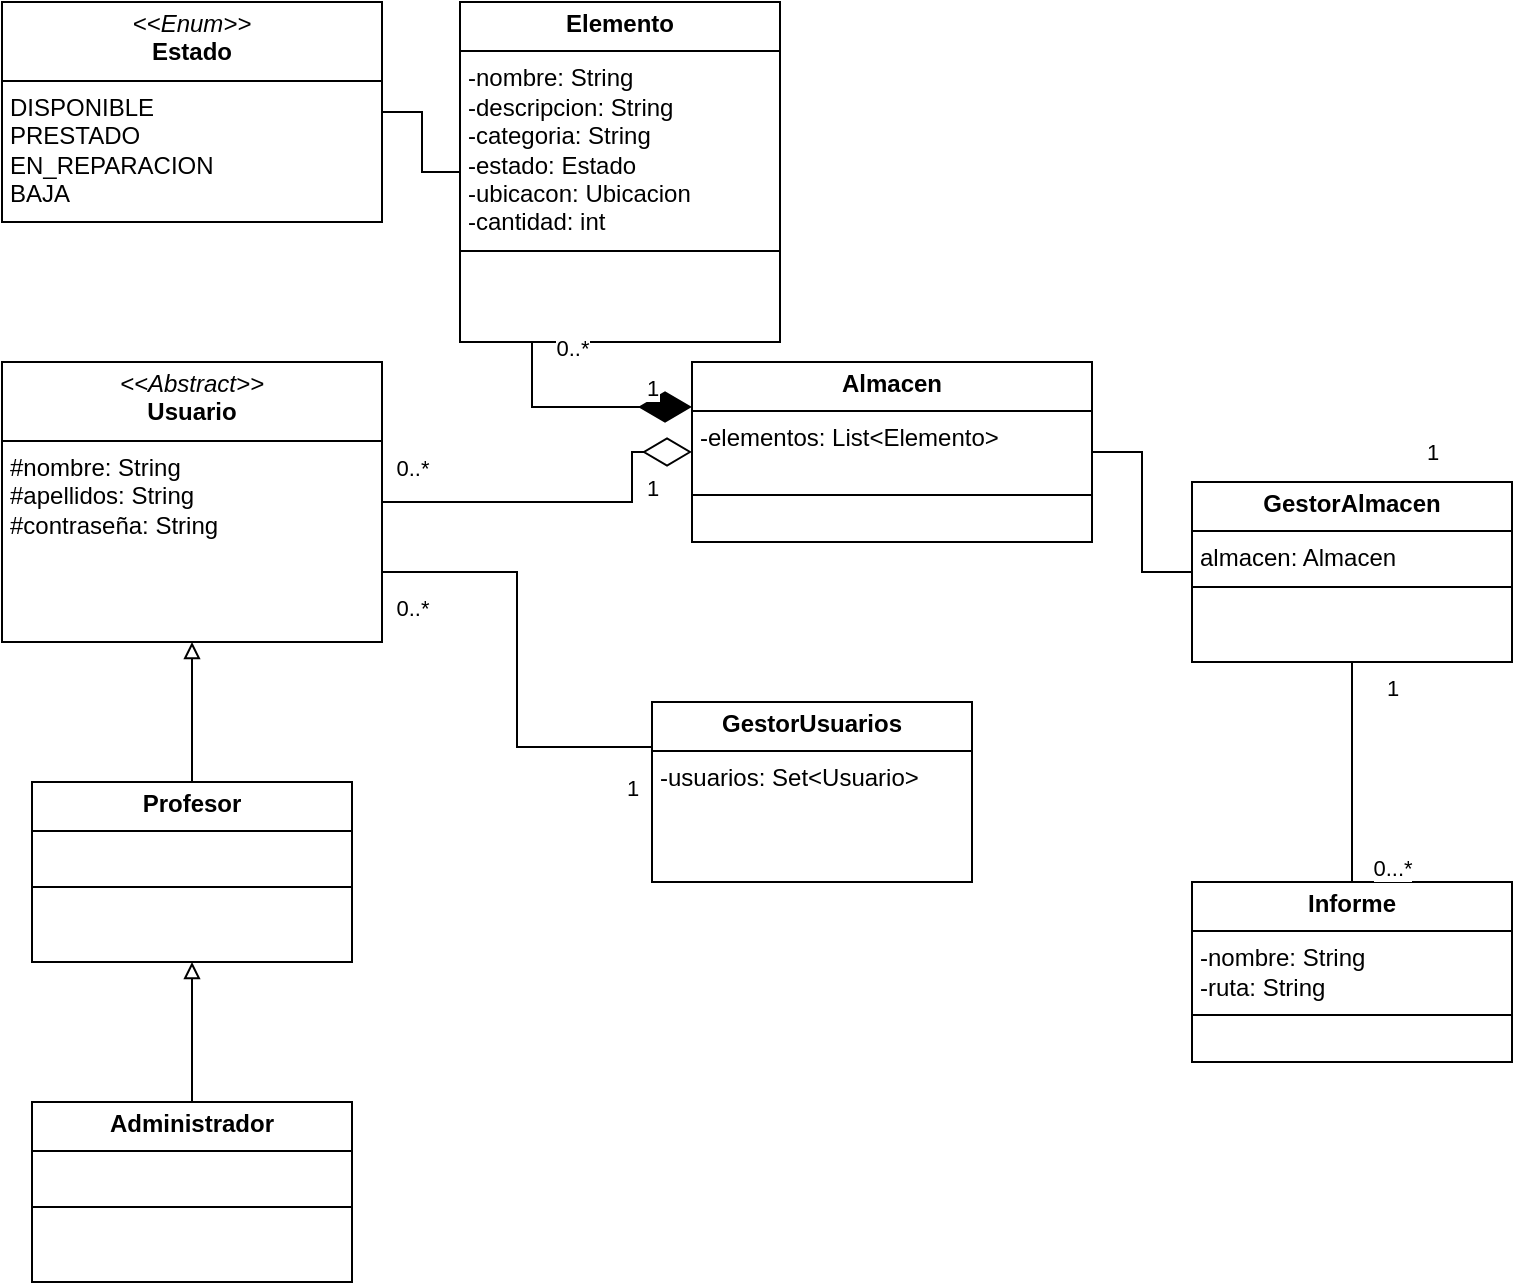
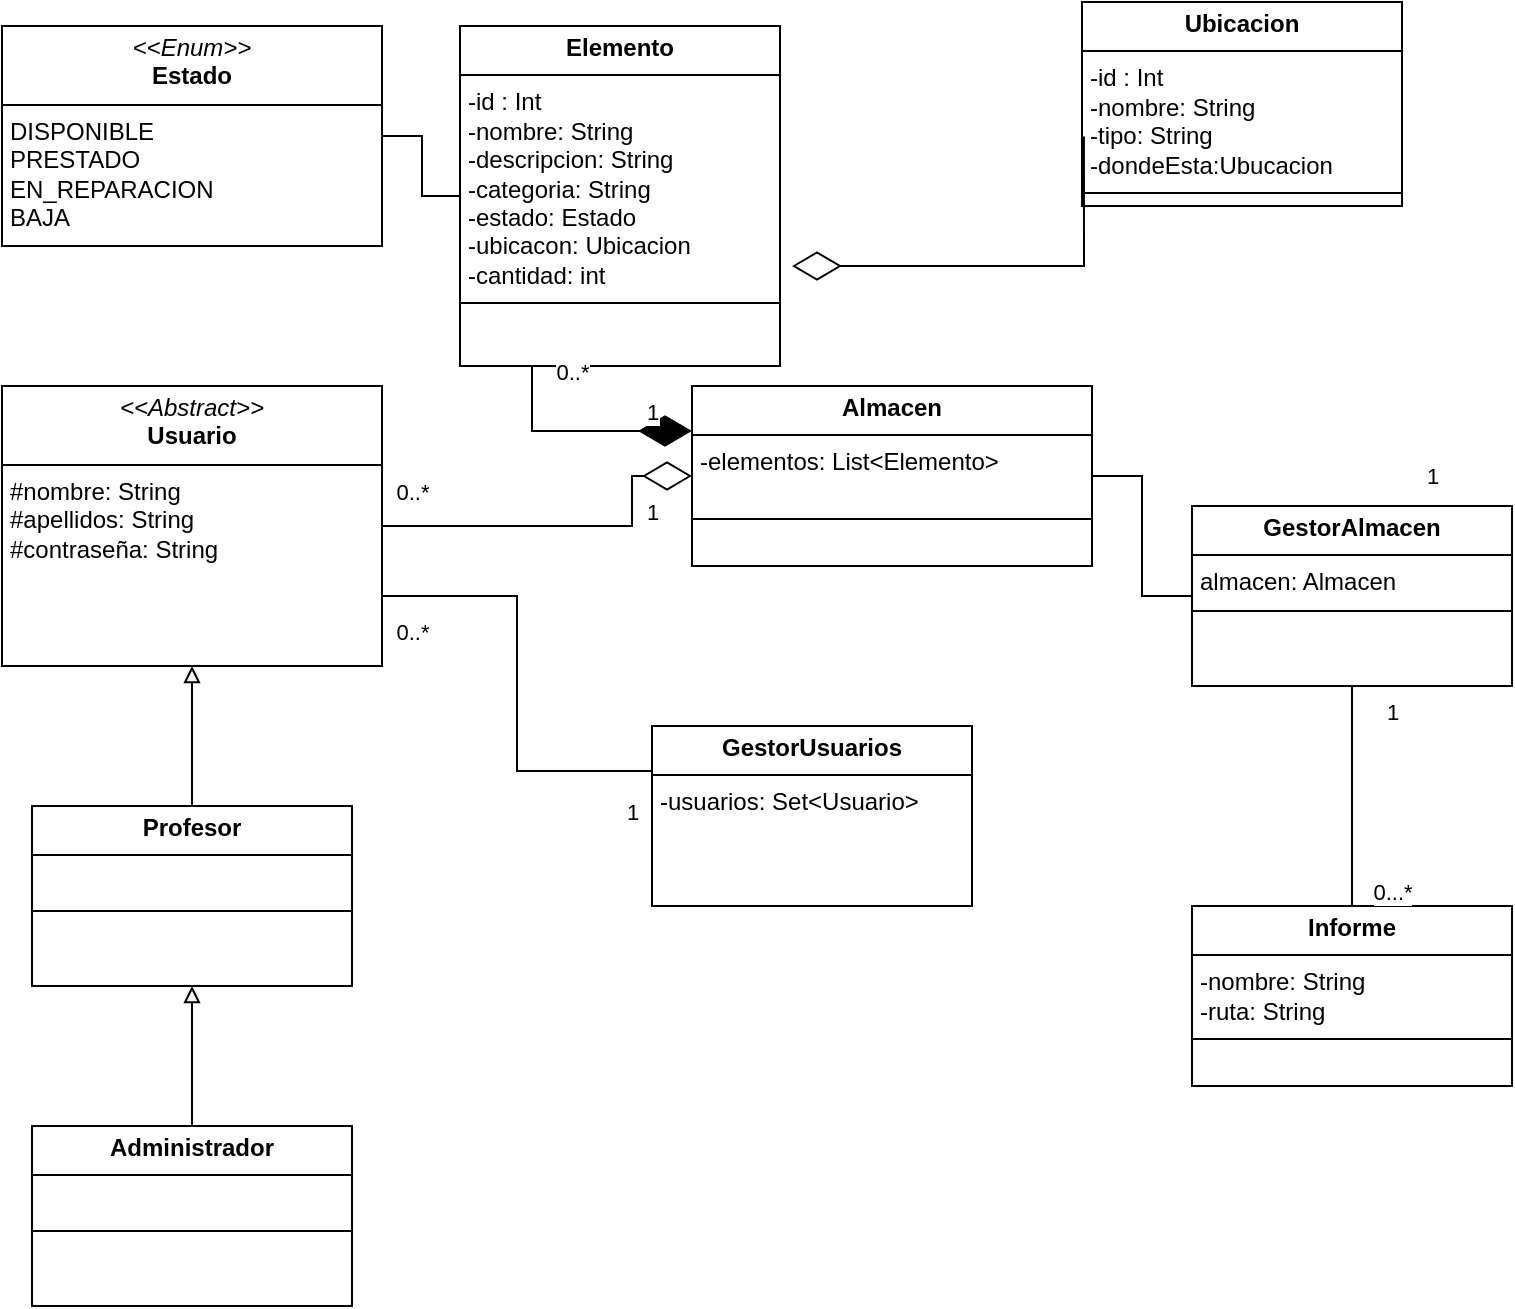
<mxfile host="Electron" agent="Mozilla/5.0 (Windows NT 10.0; Win64; x64) AppleWebKit/537.36 (KHTML, like Gecko) draw.io/27.0.9 Chrome/134.0.6998.205 Electron/35.4.0 Safari/537.36" version="27.0.9">
  <diagram name="Página-1" id="TcyikMFCeleIYH7PnGYs">
    <mxGraphModel dx="1426" dy="841" grid="1" gridSize="10" guides="1" tooltips="1" connect="1" arrows="1" fold="1" page="1" pageScale="1" pageWidth="827" pageHeight="1169" math="0" shadow="0">
      <root>
        <mxCell id="0" />
        <mxCell id="1" parent="0" />
        <mxCell id="zlNG7Gkw8yNjDqdYWN0c-17" style="edgeStyle=orthogonalEdgeStyle;shape=connector;rounded=0;orthogonalLoop=1;jettySize=auto;html=1;exitX=1;exitY=0.5;exitDx=0;exitDy=0;entryX=0;entryY=0.5;entryDx=0;entryDy=0;strokeColor=default;align=center;verticalAlign=middle;fontFamily=Helvetica;fontSize=11;fontColor=default;labelBackgroundColor=default;endArrow=none;endFill=0;" parent="1" source="zlNG7Gkw8yNjDqdYWN0c-1" target="zlNG7Gkw8yNjDqdYWN0c-8" edge="1">
          <mxGeometry relative="1" as="geometry" />
        </mxCell>
        <mxCell id="zlNG7Gkw8yNjDqdYWN0c-1" value="&lt;p style=&quot;margin:0px;margin-top:4px;text-align:center;&quot;&gt;&lt;b&gt;Almacen&lt;/b&gt;&lt;/p&gt;&lt;hr size=&quot;1&quot; style=&quot;border-style:solid;&quot;&gt;&lt;p style=&quot;margin:0px;margin-left:4px;&quot;&gt;-elementos: List&amp;lt;Elemento&amp;gt;&lt;/p&gt;&lt;p style=&quot;margin:0px;margin-left:4px;&quot;&gt;&lt;br&gt;&lt;/p&gt;&lt;hr size=&quot;1&quot; style=&quot;border-style:solid;&quot;&gt;&lt;p style=&quot;margin:0px;margin-left:4px;&quot;&gt;&lt;br&gt;&lt;/p&gt;" style="verticalAlign=top;align=left;overflow=fill;html=1;whiteSpace=wrap;" parent="1" vertex="1">
          <mxGeometry x="370" y="210" width="200" height="90" as="geometry" />
        </mxCell>
        <mxCell id="zlNG7Gkw8yNjDqdYWN0c-19" style="edgeStyle=orthogonalEdgeStyle;shape=connector;rounded=0;orthogonalLoop=1;jettySize=auto;html=1;exitX=1;exitY=0.75;exitDx=0;exitDy=0;entryX=0;entryY=0.25;entryDx=0;entryDy=0;strokeColor=default;align=center;verticalAlign=middle;fontFamily=Helvetica;fontSize=11;fontColor=default;labelBackgroundColor=default;endArrow=none;endFill=0;" parent="1" source="zlNG7Gkw8yNjDqdYWN0c-2" target="zlNG7Gkw8yNjDqdYWN0c-11" edge="1">
          <mxGeometry relative="1" as="geometry" />
        </mxCell>
        <mxCell id="zlNG7Gkw8yNjDqdYWN0c-21" style="edgeStyle=orthogonalEdgeStyle;shape=connector;rounded=0;orthogonalLoop=1;jettySize=auto;html=1;exitX=1;exitY=0.5;exitDx=0;exitDy=0;entryX=0;entryY=0.5;entryDx=0;entryDy=0;strokeColor=default;align=center;verticalAlign=middle;fontFamily=Helvetica;fontSize=11;fontColor=default;labelBackgroundColor=default;endArrow=diamondThin;endFill=0;endSize=22;" parent="1" source="zlNG7Gkw8yNjDqdYWN0c-2" target="zlNG7Gkw8yNjDqdYWN0c-1" edge="1">
          <mxGeometry relative="1" as="geometry">
            <Array as="points">
              <mxPoint x="340" y="280" />
              <mxPoint x="340" y="255" />
            </Array>
          </mxGeometry>
        </mxCell>
        <mxCell id="zlNG7Gkw8yNjDqdYWN0c-2" value="&lt;p style=&quot;margin:0px;margin-top:4px;text-align:center;&quot;&gt;&lt;i&gt;&amp;lt;&amp;lt;Abstract&amp;gt;&amp;gt;&lt;/i&gt;&lt;br&gt;&lt;b&gt;Usuario&lt;/b&gt;&lt;/p&gt;&lt;hr size=&quot;1&quot; style=&quot;border-style:solid;&quot;&gt;&lt;p style=&quot;margin:0px;margin-left:4px;&quot;&gt;#nombre: String&lt;/p&gt;&lt;p style=&quot;margin:0px;margin-left:4px;&quot;&gt;#apellidos: String&lt;/p&gt;&lt;p style=&quot;margin:0px;margin-left:4px;&quot;&gt;&lt;/p&gt;&lt;p style=&quot;margin:0px;margin-left:4px;&quot;&gt;#contraseña: String&lt;/p&gt;" style="verticalAlign=top;align=left;overflow=fill;html=1;whiteSpace=wrap;" parent="1" vertex="1">
          <mxGeometry x="25" y="210" width="190" height="140" as="geometry" />
        </mxCell>
        <mxCell id="zlNG7Gkw8yNjDqdYWN0c-6" style="edgeStyle=orthogonalEdgeStyle;shape=connector;rounded=0;orthogonalLoop=1;jettySize=auto;html=1;entryX=0.5;entryY=1;entryDx=0;entryDy=0;strokeColor=default;align=center;verticalAlign=middle;fontFamily=Helvetica;fontSize=11;fontColor=default;labelBackgroundColor=default;endArrow=block;endFill=0;" parent="1" source="zlNG7Gkw8yNjDqdYWN0c-3" target="zlNG7Gkw8yNjDqdYWN0c-2" edge="1">
          <mxGeometry relative="1" as="geometry" />
        </mxCell>
        <mxCell id="zlNG7Gkw8yNjDqdYWN0c-3" value="&lt;p style=&quot;margin:0px;margin-top:4px;text-align:center;&quot;&gt;&lt;b&gt;Profesor&lt;/b&gt;&lt;/p&gt;&lt;hr size=&quot;1&quot; style=&quot;border-style:solid;&quot;&gt;&lt;p style=&quot;margin:0px;margin-left:4px;&quot;&gt;&lt;br&gt;&lt;/p&gt;&lt;hr size=&quot;1&quot; style=&quot;border-style:solid;&quot;&gt;&lt;p style=&quot;margin:0px;margin-left:4px;&quot;&gt;&lt;br&gt;&lt;/p&gt;" style="verticalAlign=top;align=left;overflow=fill;html=1;whiteSpace=wrap;" parent="1" vertex="1">
          <mxGeometry x="40" y="420" width="160" height="90" as="geometry" />
        </mxCell>
        <mxCell id="zlNG7Gkw8yNjDqdYWN0c-5" style="edgeStyle=orthogonalEdgeStyle;rounded=0;orthogonalLoop=1;jettySize=auto;html=1;entryX=0.5;entryY=1;entryDx=0;entryDy=0;endArrow=block;endFill=0;" parent="1" source="zlNG7Gkw8yNjDqdYWN0c-4" target="zlNG7Gkw8yNjDqdYWN0c-3" edge="1">
          <mxGeometry relative="1" as="geometry" />
        </mxCell>
        <mxCell id="zlNG7Gkw8yNjDqdYWN0c-4" value="&lt;p style=&quot;margin:0px;margin-top:4px;text-align:center;&quot;&gt;&lt;b&gt;Administrador&lt;/b&gt;&lt;/p&gt;&lt;hr size=&quot;1&quot; style=&quot;border-style:solid;&quot;&gt;&lt;p style=&quot;margin:0px;margin-left:4px;&quot;&gt;&lt;br&gt;&lt;/p&gt;&lt;hr size=&quot;1&quot; style=&quot;border-style:solid;&quot;&gt;&lt;p style=&quot;margin:0px;margin-left:4px;&quot;&gt;&lt;br&gt;&lt;/p&gt;" style="verticalAlign=top;align=left;overflow=fill;html=1;whiteSpace=wrap;" parent="1" vertex="1">
          <mxGeometry x="40" y="580" width="160" height="90" as="geometry" />
        </mxCell>
        <mxCell id="zlNG7Gkw8yNjDqdYWN0c-7" value="&lt;p style=&quot;margin:0px;margin-top:4px;text-align:center;&quot;&gt;&lt;b&gt;Informe&lt;/b&gt;&lt;/p&gt;&lt;hr size=&quot;1&quot; style=&quot;border-style:solid;&quot;&gt;&lt;p style=&quot;margin:0px;margin-left:4px;&quot;&gt;-nombre: String&lt;/p&gt;&lt;p style=&quot;margin:0px;margin-left:4px;&quot;&gt;-ruta: String&lt;/p&gt;&lt;hr size=&quot;1&quot; style=&quot;border-style:solid;&quot;&gt;&lt;p style=&quot;margin:0px;margin-left:4px;&quot;&gt;&lt;br&gt;&lt;/p&gt;" style="verticalAlign=top;align=left;overflow=fill;html=1;whiteSpace=wrap;" parent="1" vertex="1">
          <mxGeometry x="620" y="470" width="160" height="90" as="geometry" />
        </mxCell>
        <mxCell id="zlNG7Gkw8yNjDqdYWN0c-18" style="edgeStyle=orthogonalEdgeStyle;shape=connector;rounded=0;orthogonalLoop=1;jettySize=auto;html=1;exitX=0.5;exitY=1;exitDx=0;exitDy=0;entryX=0.5;entryY=0;entryDx=0;entryDy=0;strokeColor=default;align=center;verticalAlign=middle;fontFamily=Helvetica;fontSize=11;fontColor=default;labelBackgroundColor=default;endArrow=none;endFill=0;" parent="1" source="zlNG7Gkw8yNjDqdYWN0c-8" target="zlNG7Gkw8yNjDqdYWN0c-7" edge="1">
          <mxGeometry relative="1" as="geometry" />
        </mxCell>
        <mxCell id="zlNG7Gkw8yNjDqdYWN0c-8" value="&lt;p style=&quot;margin:0px;margin-top:4px;text-align:center;&quot;&gt;&lt;b&gt;GestorAlmacen&lt;/b&gt;&lt;/p&gt;&lt;hr size=&quot;1&quot; style=&quot;border-style:solid;&quot;&gt;&lt;p style=&quot;margin:0px;margin-left:4px;&quot;&gt;almacen: Almacen&lt;/p&gt;&lt;hr size=&quot;1&quot; style=&quot;border-style:solid;&quot;&gt;&lt;p style=&quot;margin:0px;margin-left:4px;&quot;&gt;&lt;br&gt;&lt;/p&gt;" style="verticalAlign=top;align=left;overflow=fill;html=1;whiteSpace=wrap;" parent="1" vertex="1">
          <mxGeometry x="620" y="270" width="160" height="90" as="geometry" />
        </mxCell>
        <mxCell id="zlNG7Gkw8yNjDqdYWN0c-11" value="&lt;p style=&quot;margin:0px;margin-top:4px;text-align:center;&quot;&gt;&lt;b&gt;GestorUsuarios&lt;/b&gt;&lt;/p&gt;&lt;hr size=&quot;1&quot; style=&quot;border-style:solid;&quot;&gt;&lt;p style=&quot;margin:0px;margin-left:4px;&quot;&gt;-usuarios: Set&amp;lt;Usuario&amp;gt;&lt;/p&gt;" style="verticalAlign=top;align=left;overflow=fill;html=1;whiteSpace=wrap;" parent="1" vertex="1">
          <mxGeometry x="350" y="380" width="160" height="90" as="geometry" />
        </mxCell>
        <mxCell id="zlNG7Gkw8yNjDqdYWN0c-20" style="edgeStyle=orthogonalEdgeStyle;shape=connector;rounded=0;orthogonalLoop=1;jettySize=auto;html=1;exitX=1;exitY=0.75;exitDx=0;exitDy=0;entryX=0;entryY=0.25;entryDx=0;entryDy=0;strokeColor=default;align=center;verticalAlign=middle;fontFamily=Helvetica;fontSize=11;fontColor=default;labelBackgroundColor=default;endArrow=diamondThin;endFill=1;endSize=24;" parent="1" source="zlNG7Gkw8yNjDqdYWN0c-12" target="zlNG7Gkw8yNjDqdYWN0c-1" edge="1">
          <mxGeometry relative="1" as="geometry">
            <Array as="points">
              <mxPoint x="290" y="108" />
              <mxPoint x="290" y="233" />
            </Array>
          </mxGeometry>
        </mxCell>
-         <mxCell id="zlNG7Gkw8yNjDqdYWN0c-12" value="&lt;p style=&quot;margin:0px;margin-top:4px;text-align:center;&quot;&gt;&lt;b&gt;Elemento&lt;/b&gt;&lt;/p&gt;&lt;hr size=&quot;1&quot; style=&quot;border-style:solid;&quot;&gt;&lt;p style=&quot;margin:0px;margin-left:4px;&quot;&gt;-nombre: String&amp;nbsp;&lt;/p&gt;&lt;p style=&quot;margin:0px;margin-left:4px;&quot;&gt;-descripcion: String&lt;/p&gt;&lt;p style=&quot;margin:0px;margin-left:4px;&quot;&gt;-categoria: String&lt;/p&gt;&lt;p style=&quot;margin:0px;margin-left:4px;&quot;&gt;-estado: Estado&lt;/p&gt;&lt;p style=&quot;margin:0px;margin-left:4px;&quot;&gt;-ubicacon: Ubicacion&lt;/p&gt;&lt;p style=&quot;margin:0px;margin-left:4px;&quot;&gt;-cantidad: int&lt;/p&gt;&lt;hr size=&quot;1&quot; style=&quot;border-style:solid;&quot;&gt;&lt;p style=&quot;margin:0px;margin-left:4px;&quot;&gt;&lt;br&gt;&lt;/p&gt;" style="verticalAlign=top;align=left;overflow=fill;html=1;whiteSpace=wrap;" parent="1" vertex="1">
+         <mxCell id="zlNG7Gkw8yNjDqdYWN0c-12" value="&lt;p style=&quot;margin:0px;margin-top:4px;text-align:center;&quot;&gt;&lt;b&gt;Elemento&lt;/b&gt;&lt;/p&gt;&lt;hr size=&quot;1&quot; style=&quot;border-style:solid;&quot;&gt;&lt;p style=&quot;margin:0px;margin-left:4px;&quot;&gt;-id : Int&lt;/p&gt;&lt;p style=&quot;margin:0px;margin-left:4px;&quot;&gt;-nombre: String&amp;nbsp;&lt;/p&gt;&lt;p style=&quot;margin:0px;margin-left:4px;&quot;&gt;-descripcion: String&lt;/p&gt;&lt;p style=&quot;margin:0px;margin-left:4px;&quot;&gt;-categoria: String&lt;/p&gt;&lt;p style=&quot;margin:0px;margin-left:4px;&quot;&gt;-estado: Estado&lt;/p&gt;&lt;p style=&quot;margin:0px;margin-left:4px;&quot;&gt;-ubicacon: Ubicacion&lt;/p&gt;&lt;p style=&quot;margin:0px;margin-left:4px;&quot;&gt;-cantidad: int&lt;/p&gt;&lt;hr size=&quot;1&quot; style=&quot;border-style:solid;&quot;&gt;&lt;p style=&quot;margin:0px;margin-left:4px;&quot;&gt;&lt;br&gt;&lt;/p&gt;" style="verticalAlign=top;align=left;overflow=fill;html=1;whiteSpace=wrap;" parent="1" vertex="1">
          <mxGeometry x="254" y="30" width="160" height="170" as="geometry" />
        </mxCell>
        <mxCell id="zlNG7Gkw8yNjDqdYWN0c-24" style="edgeStyle=orthogonalEdgeStyle;shape=connector;rounded=0;orthogonalLoop=1;jettySize=auto;html=1;entryX=0;entryY=0.5;entryDx=0;entryDy=0;strokeColor=default;align=center;verticalAlign=middle;fontFamily=Helvetica;fontSize=11;fontColor=default;labelBackgroundColor=default;endArrow=none;endFill=0;" parent="1" source="zlNG7Gkw8yNjDqdYWN0c-23" target="zlNG7Gkw8yNjDqdYWN0c-12" edge="1">
          <mxGeometry relative="1" as="geometry" />
        </mxCell>
        <mxCell id="zlNG7Gkw8yNjDqdYWN0c-23" value="&lt;p style=&quot;margin:0px;margin-top:4px;text-align:center;&quot;&gt;&lt;i&gt;&amp;lt;&amp;lt;Enum&amp;gt;&amp;gt;&lt;/i&gt;&lt;br&gt;&lt;b&gt;Estado&lt;/b&gt;&lt;/p&gt;&lt;hr size=&quot;1&quot; style=&quot;border-style:solid;&quot;&gt;&lt;p style=&quot;margin:0px;margin-left:4px;&quot;&gt;DISPONIBLE&lt;/p&gt;&lt;p style=&quot;margin:0px;margin-left:4px;&quot;&gt;PRESTADO&lt;/p&gt;&lt;p style=&quot;margin:0px;margin-left:4px;&quot;&gt;EN_REPARACION&lt;/p&gt;&lt;p style=&quot;margin:0px;margin-left:4px;&quot;&gt;BAJA&lt;br&gt;&lt;br&gt;&lt;/p&gt;" style="verticalAlign=top;align=left;overflow=fill;html=1;whiteSpace=wrap;" parent="1" vertex="1">
          <mxGeometry x="25" y="30" width="190" height="110" as="geometry" />
        </mxCell>
        <mxCell id="XgDO8XYOS-DKICzPd_4A-3" value="1" style="text;html=1;align=center;verticalAlign=middle;resizable=0;points=[];autosize=1;strokeColor=none;fillColor=none;fontFamily=Helvetica;fontSize=11;fontColor=default;labelBackgroundColor=default;" parent="1" vertex="1">
          <mxGeometry x="705" y="358" width="30" height="30" as="geometry" />
        </mxCell>
        <mxCell id="XgDO8XYOS-DKICzPd_4A-4" value="0...*" style="text;html=1;align=center;verticalAlign=middle;resizable=0;points=[];autosize=1;strokeColor=none;fillColor=none;fontFamily=Helvetica;fontSize=11;fontColor=default;labelBackgroundColor=default;" parent="1" vertex="1">
          <mxGeometry x="700" y="448" width="40" height="30" as="geometry" />
        </mxCell>
        <mxCell id="XgDO8XYOS-DKICzPd_4A-6" value="1" style="text;html=1;align=center;verticalAlign=middle;resizable=0;points=[];autosize=1;strokeColor=none;fillColor=none;fontFamily=Helvetica;fontSize=11;fontColor=default;labelBackgroundColor=default;" parent="1" vertex="1">
          <mxGeometry x="725" y="240" width="30" height="30" as="geometry" />
        </mxCell>
        <mxCell id="XgDO8XYOS-DKICzPd_4A-11" value="0..*" style="text;html=1;align=center;verticalAlign=middle;resizable=0;points=[];autosize=1;strokeColor=none;fillColor=none;fontFamily=Helvetica;fontSize=11;fontColor=default;labelBackgroundColor=default;" parent="1" vertex="1">
          <mxGeometry x="210" y="318" width="40" height="30" as="geometry" />
        </mxCell>
        <mxCell id="XgDO8XYOS-DKICzPd_4A-12" value="1" style="text;html=1;align=center;verticalAlign=middle;resizable=0;points=[];autosize=1;strokeColor=none;fillColor=none;fontFamily=Helvetica;fontSize=11;fontColor=default;labelBackgroundColor=default;" parent="1" vertex="1">
          <mxGeometry x="325" y="408" width="30" height="30" as="geometry" />
        </mxCell>
        <mxCell id="XgDO8XYOS-DKICzPd_4A-13" value="1" style="text;html=1;align=center;verticalAlign=middle;resizable=0;points=[];autosize=1;strokeColor=none;fillColor=none;fontFamily=Helvetica;fontSize=11;fontColor=default;labelBackgroundColor=default;" parent="1" vertex="1">
          <mxGeometry x="335" y="258" width="30" height="30" as="geometry" />
        </mxCell>
        <mxCell id="XgDO8XYOS-DKICzPd_4A-14" value="0..*" style="text;html=1;align=center;verticalAlign=middle;resizable=0;points=[];autosize=1;strokeColor=none;fillColor=none;fontFamily=Helvetica;fontSize=11;fontColor=default;labelBackgroundColor=default;" parent="1" vertex="1">
          <mxGeometry x="210" y="248" width="40" height="30" as="geometry" />
        </mxCell>
        <mxCell id="XgDO8XYOS-DKICzPd_4A-15" value="0..*" style="text;html=1;align=center;verticalAlign=middle;resizable=0;points=[];autosize=1;strokeColor=none;fillColor=none;fontFamily=Helvetica;fontSize=11;fontColor=default;labelBackgroundColor=default;" parent="1" vertex="1">
          <mxGeometry x="290" y="188" width="40" height="30" as="geometry" />
        </mxCell>
        <mxCell id="XgDO8XYOS-DKICzPd_4A-16" value="1" style="text;html=1;align=center;verticalAlign=middle;resizable=0;points=[];autosize=1;strokeColor=none;fillColor=none;fontFamily=Helvetica;fontSize=11;fontColor=default;labelBackgroundColor=default;" parent="1" vertex="1">
          <mxGeometry x="335" y="208" width="30" height="30" as="geometry" />
        </mxCell>
+         <mxCell id="7Q6dTqiYLVefuhtxoKbj-3" value="&lt;p style=&quot;margin:0px;margin-top:4px;text-align:center;&quot;&gt;&lt;b&gt;Ubicacion&lt;/b&gt;&lt;/p&gt;&lt;hr size=&quot;1&quot; style=&quot;border-style:solid;&quot;&gt;&lt;p style=&quot;margin:0px;margin-left:4px;&quot;&gt;-id : Int&lt;/p&gt;&lt;p style=&quot;margin:0px;margin-left:4px;&quot;&gt;-nombre: String&amp;nbsp;&lt;/p&gt;&lt;p style=&quot;margin:0px;margin-left:4px;&quot;&gt;-tipo: String&lt;/p&gt;&lt;p style=&quot;margin:0px;margin-left:4px;&quot;&gt;-dondeEsta:Ubucacion&lt;/p&gt;&lt;hr size=&quot;1&quot; style=&quot;border-style:solid;&quot;&gt;&lt;p style=&quot;margin:0px;margin-left:4px;&quot;&gt;&lt;br&gt;&lt;/p&gt;" style="verticalAlign=top;align=left;overflow=fill;html=1;whiteSpace=wrap;" vertex="1" parent="1">
+           <mxGeometry x="565" y="18" width="160" height="102" as="geometry" />
+         </mxCell>
+         <mxCell id="7Q6dTqiYLVefuhtxoKbj-8" style="edgeStyle=orthogonalEdgeStyle;shape=connector;rounded=0;orthogonalLoop=1;jettySize=auto;html=1;exitX=0.006;exitY=0.659;exitDx=0;exitDy=0;strokeColor=default;align=center;verticalAlign=middle;fontFamily=Helvetica;fontSize=11;fontColor=default;labelBackgroundColor=default;endArrow=diamondThin;endFill=0;endSize=22;exitPerimeter=0;" edge="1" parent="1" source="7Q6dTqiYLVefuhtxoKbj-3">
+           <mxGeometry relative="1" as="geometry">
+             <Array as="points">
+               <mxPoint x="566" y="150" />
+             </Array>
+             <mxPoint x="510" y="175" as="sourcePoint" />
+             <mxPoint x="420" y="150" as="targetPoint" />
+           </mxGeometry>
+         </mxCell>
      </root>
    </mxGraphModel>
  </diagram>
</mxfile>
